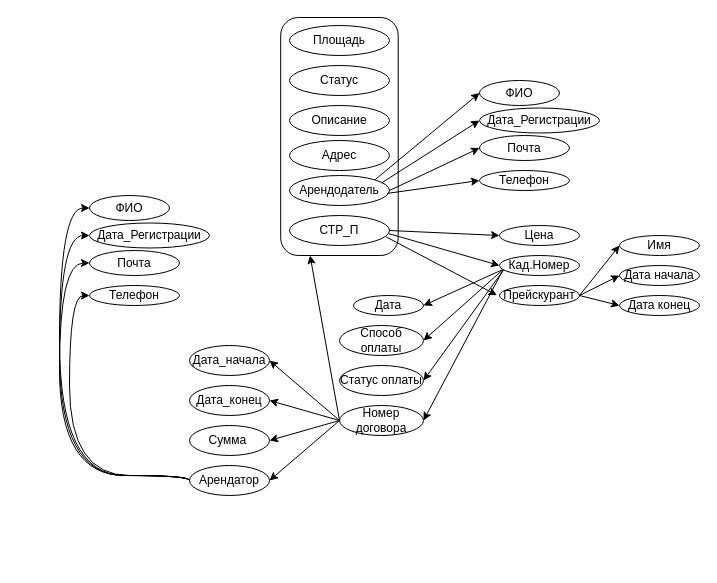
This is БД/Диаграмма без названия.drawio from Pocobeer/Course-3, a draw.io file, before an edit. Source tidied: cells renumbered, new cells numbered last; positions are measured from the earlier drawing's top-left corner, leaving out a move shared by most shapes. Both pictures are drawn from the tidied source at 100%, with x=0, y=0 at pixel (59, 17).
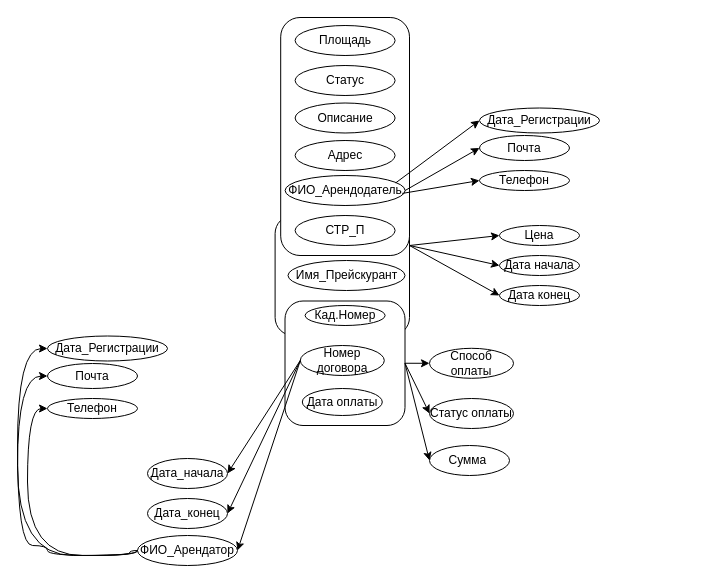
After the change.

Unchanged cells that the change refers to:
```xml
<mxCell id="17" value="Цена" style="ellipse;whiteSpace=wrap;html=1;" parent="1" vertex="1">
  <mxGeometry x="440" y="208" width="80" height="20" as="geometry" />
</mxCell>
```

Change to the diagram source:
```diff
@@
+    <mxCell id="54" style="rounded=1;whiteSpace=wrap;html=1;" parent="1" vertex="1">
+      <mxGeometry x="215.6" y="198" width="134.4" height="120" as="geometry" />
+    </mxCell>
+    <mxCell id="55" style="rounded=1;whiteSpace=wrap;html=1;" parent="1" vertex="1">
+      <mxGeometry x="225.5" y="283.5" width="120" height="124.5" as="geometry" />
+    </mxCell>
     <mxCell id="2" style="rounded=1;whiteSpace=wrap;html=1;" parent="1" vertex="1">
-      <mxGeometry x="221.2" width="117.5" height="238" as="geometry" />
+      <mxGeometry x="221.2" width="128.8" height="238" as="geometry" />
     </mxCell>
     <mxCell id="3" value="Площадь" style="ellipse;whiteSpace=wrap;html=1;" parent="1" vertex="1">
-      <mxGeometry x="230" y="8" width="100" height="30" as="geometry" />
+      <mxGeometry x="235.6" y="8" width="100" height="30" as="geometry" />
     </mxCell>
     <mxCell id="4" value="Статус" style="ellipse;whiteSpace=wrap;html=1;" parent="1" vertex="1">
-      <mxGeometry x="230" y="48" width="100" height="30" as="geometry" />
+      <mxGeometry x="235.6" y="48" width="100" height="30" as="geometry" />
     </mxCell>
     <mxCell id="5" value="Описание" style="ellipse;whiteSpace=wrap;html=1;" parent="1" vertex="1">
-      <mxGeometry x="230" y="88" width="100" height="30" as="geometry" />
+      <mxGeometry x="235.6" y="85.5" width="100" height="30" as="geometry" />
     </mxCell>
     <mxCell id="6" value="Адрес" style="ellipse;whiteSpace=wrap;html=1;" parent="1" vertex="1">
-      <mxGeometry x="230" y="123" width="100" height="30" as="geometry" />
+      <mxGeometry x="235.6" y="123" width="100" height="30" as="geometry" />
     </mxCell>
-    <mxCell id="7" value="Арендодатель" style="ellipse;whiteSpace=wrap;html=1;" parent="1" vertex="1">
-      <mxGeometry x="230" y="158" width="100" height="30" as="geometry" />
+    <mxCell id="7" value="ФИО_Арендодатель" style="ellipse;whiteSpace=wrap;html=1;" parent="1" vertex="1">
+      <mxGeometry x="225.6" y="158" width="120" height="30" as="geometry" />
     </mxCell>
     <mxCell id="8" value="СТР_П" style="ellipse;whiteSpace=wrap;html=1;" parent="1" vertex="1">
-      <mxGeometry x="230" y="198" width="100" height="30" as="geometry" />
+      <mxGeometry x="235.6" y="198" width="100" height="30" as="geometry" />
     </mxCell>
-    <mxCell id="9" value="ФИО" style="ellipse;whiteSpace=wrap;html=1;" parent="1" vertex="1">
-      <mxGeometry x="420" y="63" width="80" height="25" as="geometry" />
-    </mxCell>
@@
-    <mxCell id="13" style="endArrow=classic;html=1;rounded=0;entryX=0;entryY=0.5;entryDx=0;entryDy=0;exitX=1;exitY=0;exitDx=0;exitDy=0;" parent="1" edge="1" source="7" target="9">
-      <mxGeometry relative="1" as="geometry" />
-    </mxCell>
@@
     <mxCell id="18" value="Кад.Номер" style="ellipse;whiteSpace=wrap;html=1;" parent="1" vertex="1">
-      <mxGeometry x="440" y="238" width="80" height="20" as="geometry" />
+      <mxGeometry x="245.6" y="288" width="80" height="20" as="geometry" />
     </mxCell>
-    <mxCell id="19" value="Прейскурант" style="ellipse;whiteSpace=wrap;html=1;" parent="1" vertex="1">
-      <mxGeometry x="440" y="268" width="80" height="20" as="geometry" />
+    <mxCell id="19" value="Имя_Прейскурант" style="ellipse;whiteSpace=wrap;html=1;" parent="1" vertex="1">
+      <mxGeometry x="228.5" y="243" width="117" height="30" as="geometry" />
     </mxCell>
-    <mxCell id="20" style="endArrow=classic;html=1;rounded=0;entryX=0;entryY=0.5;entryDx=0;entryDy=0;exitX=1;exitY=0.5;exitDx=0;exitDy=0;" parent="1" edge="1" source="8" target="17">
+    <mxCell id="20" style="endArrow=classic;html=1;rounded=0;entryX=0;entryY=0.5;entryDx=0;entryDy=0;exitX=1;exitY=0.25;exitDx=0;exitDy=0;" parent="1" edge="1" source="54" target="17">
       <mxGeometry relative="1" as="geometry" />
     </mxCell>
-    <mxCell id="21" style="endArrow=classic;html=1;rounded=0;entryX=0;entryY=0.5;entryDx=0;entryDy=0;exitX=0.996;exitY=0.608;exitDx=0;exitDy=0;exitPerimeter=0;" parent="1" edge="1" source="8" target="18">
-      <mxGeometry relative="1" as="geometry" />
-    </mxCell>
-    <mxCell id="22" style="endArrow=classic;html=1;rounded=0;entryX=-0.032;entryY=0.484;entryDx=0;entryDy=0;entryPerimeter=0;exitX=0.967;exitY=0.715;exitDx=0;exitDy=0;exitPerimeter=0;" parent="1" edge="1" source="8" target="19">
-      <mxGeometry relative="1" as="geometry" />
-    </mxCell>
-    <mxCell id="23" value="Имя" style="ellipse;whiteSpace=wrap;html=1;" parent="1" vertex="1">
-      <mxGeometry x="560" y="218" width="80" height="20" as="geometry" />
-    </mxCell>
     <mxCell id="24" value="Дата начала" style="ellipse;whiteSpace=wrap;html=1;" parent="1" vertex="1">
-      <mxGeometry x="560" y="248" width="80" height="20" as="geometry" />
+      <mxGeometry x="440" y="238" width="80" height="20" as="geometry" />
     </mxCell>
     <mxCell id="25" value="Дата конец" style="ellipse;whiteSpace=wrap;html=1;" parent="1" vertex="1">
-      <mxGeometry x="560" y="278" width="80" height="20" as="geometry" />
+      <mxGeometry x="440" y="268" width="80" height="20" as="geometry" />
     </mxCell>
-    <mxCell id="26" style="endArrow=classic;html=1;rounded=0;entryX=0;entryY=0.5;entryDx=0;entryDy=0;exitX=1;exitY=0.5;exitDx=0;exitDy=0;" parent="1" edge="1" source="19" target="23">
-      <mxGeometry relative="1" as="geometry" />
-    </mxCell>
-    <mxCell id="27" style="endArrow=classic;html=1;rounded=0;entryX=0;entryY=0.5;entryDx=0;entryDy=0;" parent="1" edge="1" target="24">
-      <mxGeometry relative="1" as="geometry">
-        <mxPoint x="520" y="278" as="sourcePoint" />
-      </mxGeometry>
+    <mxCell id="27" style="endArrow=classic;html=1;rounded=0;entryX=0;entryY=0.5;entryDx=0;entryDy=0;exitX=1;exitY=0.25;exitDx=0;exitDy=0;" parent="1" edge="1" source="54" target="24">
+      <mxGeometry relative="1" as="geometry" />
     </mxCell>
-    <mxCell id="28" style="endArrow=classic;html=1;rounded=0;entryX=0;entryY=0.5;entryDx=0;entryDy=0;exitX=1;exitY=0.5;exitDx=0;exitDy=0;" parent="1" edge="1" source="19" target="25">
+    <mxCell id="28" style="endArrow=classic;html=1;rounded=0;entryX=0;entryY=0.5;entryDx=0;entryDy=0;exitX=1;exitY=0.25;exitDx=0;exitDy=0;" parent="1" edge="1" source="54" target="25">
       <mxGeometry relative="1" as="geometry" />
     </mxCell>
-    <mxCell id="29" value="Дата" style="ellipse;whiteSpace=wrap;html=1;" parent="1" vertex="1">
-      <mxGeometry x="294" y="278" width="70" height="20" as="geometry" />
+    <mxCell id="29" value="Дата оплаты" style="ellipse;whiteSpace=wrap;html=1;" parent="1" vertex="1">
+      <mxGeometry x="242.8" y="371" width="80" height="27" as="geometry" />
     </mxCell>
     <mxCell id="30" value="Способ оплаты" style="ellipse;whiteSpace=wrap;html=1;" parent="1" vertex="1">
-      <mxGeometry x="280" y="308" width="84" height="30" as="geometry" />
+      <mxGeometry x="370" y="330.8" width="84" height="30" as="geometry" />
     </mxCell>
     <mxCell id="31" value="Статус оплаты" style="ellipse;whiteSpace=wrap;html=1;" parent="1" vertex="1">
-      <mxGeometry x="280" y="348" width="84" height="30" as="geometry" />
+      <mxGeometry x="370" y="381" width="84" height="30" as="geometry" />
     </mxCell>
     <mxCell id="32" value="Номер договора" style="ellipse;whiteSpace=wrap;html=1;" parent="1" vertex="1">
-      <mxGeometry x="280" y="388" width="84" height="30" as="geometry" />
+      <mxGeometry x="240.8" y="328" width="84" height="30" as="geometry" />
     </mxCell>
-    <mxCell id="33" style="endArrow=classic;html=1;rounded=0;entryX=1;entryY=0.5;entryDx=0;entryDy=0;exitX=0.04;exitY=0.704;exitDx=0;exitDy=0;exitPerimeter=0;" parent="1" edge="1" source="18" target="29">
-      <mxGeometry relative="1" as="geometry" />
-    </mxCell>
-    <mxCell id="34" style="endArrow=classic;html=1;rounded=0;entryX=1;entryY=0.5;entryDx=0;entryDy=0;exitX=0.04;exitY=0.72;exitDx=0;exitDy=0;exitPerimeter=0;" parent="1" edge="1" source="18" target="30">
-      <mxGeometry relative="1" as="geometry" />
-    </mxCell>
-    <mxCell id="35" style="endArrow=classic;html=1;rounded=0;entryX=1;entryY=0.5;entryDx=0;entryDy=0;exitX=0.052;exitY=0.72;exitDx=0;exitDy=0;exitPerimeter=0;" parent="1" edge="1" source="18" target="31">
-      <mxGeometry relative="1" as="geometry" />
-    </mxCell>
-    <mxCell id="36" style="endArrow=classic;html=1;rounded=0;entryX=1;entryY=0.5;entryDx=0;entryDy=0;exitX=0.04;exitY=0.752;exitDx=0;exitDy=0;exitPerimeter=0;" parent="1" edge="1" source="18" target="32">
-      <mxGeometry relative="1" as="geometry" />
-    </mxCell>
     <mxCell id="37" value="Дата_начала" style="ellipse;whiteSpace=wrap;html=1;" parent="1" vertex="1">
-      <mxGeometry x="130" y="328" width="80" height="30" as="geometry" />
+      <mxGeometry x="88" y="441" width="80" height="30" as="geometry" />
     </mxCell>
     <mxCell id="38" value="Дата_конец" style="ellipse;whiteSpace=wrap;html=1;" parent="1" vertex="1">
-      <mxGeometry x="130" y="368" width="80" height="30" as="geometry" />
+      <mxGeometry x="88" y="481" width="80" height="30" as="geometry" />
     </mxCell>
     <mxCell id="39" value="Сумма&amp;nbsp;" style="ellipse;whiteSpace=wrap;html=1;" parent="1" vertex="1">
-      <mxGeometry x="130" y="408" width="80" height="30" as="geometry" />
+      <mxGeometry x="370" y="428" width="80" height="30" as="geometry" />
     </mxCell>
-    <mxCell id="40" value="Арендатор" style="ellipse;whiteSpace=wrap;html=1;" parent="1" vertex="1">
-      <mxGeometry x="130" y="448" width="80" height="30" as="geometry" />
+    <mxCell id="40" value="ФИО_Арендатор" style="ellipse;whiteSpace=wrap;html=1;" parent="1" vertex="1">
+      <mxGeometry x="78" y="518" width="100" height="30" as="geometry" />
     </mxCell>
@@
-    <mxCell id="43" style="endArrow=classic;html=1;rounded=0;entryX=1;entryY=0.5;entryDx=0;entryDy=0;exitX=0;exitY=0.5;exitDx=0;exitDy=0;" parent="1" edge="1" source="32" target="39">
-      <mxGeometry relative="1" as="geometry" />
-    </mxCell>
@@
-    <mxCell id="45" value="ФИО" style="ellipse;whiteSpace=wrap;html=1;" parent="1" vertex="1">
-      <mxGeometry x="30" y="178" width="80" height="25" as="geometry" />
-    </mxCell>
     <mxCell id="46" value="Дата_Регистрации" style="ellipse;whiteSpace=wrap;html=1;" parent="1" vertex="1">
-      <mxGeometry x="30" y="205.5" width="120" height="25" as="geometry" />
+      <mxGeometry x="-12" y="318.5" width="120" height="25" as="geometry" />
     </mxCell>
     <mxCell id="47" value="Почта" style="ellipse;whiteSpace=wrap;html=1;" parent="1" vertex="1">
-      <mxGeometry x="30" y="233" width="90" height="25" as="geometry" />
+      <mxGeometry x="-12" y="346" width="90" height="25" as="geometry" />
     </mxCell>
     <mxCell id="48" value="Телефон" style="ellipse;whiteSpace=wrap;html=1;" parent="1" vertex="1">
-      <mxGeometry x="30" y="268" width="90" height="20" as="geometry" />
+      <mxGeometry x="-12" y="381" width="90" height="20" as="geometry" />
     </mxCell>
-    <mxCell id="49" style="endArrow=classic;html=1;rounded=0;entryX=0.25;entryY=1;entryDx=0;entryDy=0;exitX=0;exitY=0.5;exitDx=0;exitDy=0;" parent="1" edge="1" source="32" target="2">
-      <mxGeometry relative="1" as="geometry" />
-    </mxCell>
     <mxCell id="50" style="endArrow=classic;html=1;rounded=0;entryX=0;entryY=0.5;entryDx=0;entryDy=0;exitX=0;exitY=0.5;exitDx=0;exitDy=0;edgeStyle=orthogonalEdgeStyle;curved=1;" parent="1" edge="1" source="40" target="48">
       <mxGeometry relative="1" as="geometry">
         <Array as="points">
-          <mxPoint x="130" y="458" />
-          <mxPoint x="10" y="458" />
-          <mxPoint x="10" y="278" />
+          <mxPoint x="78" y="538" />
+          <mxPoint x="-32" y="538" />
+          <mxPoint x="-32" y="391" />
         </Array>
       </mxGeometry>
     </mxCell>
     <mxCell id="51" style="endArrow=classic;html=1;rounded=0;entryX=0;entryY=0.5;entryDx=0;entryDy=0;exitX=0;exitY=0.5;exitDx=0;exitDy=0;edgeStyle=orthogonalEdgeStyle;curved=1;" parent="1" edge="1" source="40" target="47">
       <mxGeometry relative="1" as="geometry">
         <Array as="points">
-          <mxPoint x="130" y="458" />
-          <mxPoint y="458" />
-          <mxPoint y="246" />
+          <mxPoint x="70" y="533" />
+          <mxPoint x="70" y="538" />
+          <mxPoint x="-42" y="538" />
+          <mxPoint x="-42" y="359" />
         </Array>
       </mxGeometry>
     </mxCell>
     <mxCell id="52" style="endArrow=classic;html=1;rounded=0;entryX=0;entryY=0.5;entryDx=0;entryDy=0;exitX=0;exitY=0.5;exitDx=0;exitDy=0;edgeStyle=orthogonalEdgeStyle;curved=1;" parent="1" edge="1" source="40" target="46">
       <mxGeometry relative="1" as="geometry">
         <Array as="points">
-          <mxPoint x="130" y="458" />
-          <mxPoint y="458" />
-          <mxPoint y="218" />
+          <mxPoint x="78" y="538" />
+          <mxPoint x="-12" y="538" />
+          <mxPoint x="-12" y="528" />
+          <mxPoint x="-42" y="528" />
+          <mxPoint x="-42" y="331" />
         </Array>
       </mxGeometry>
     </mxCell>
-    <mxCell id="53" style="endArrow=classic;html=1;rounded=0;entryX=0;entryY=0.5;entryDx=0;entryDy=0;exitX=0;exitY=0.5;exitDx=0;exitDy=0;edgeStyle=orthogonalEdgeStyle;curved=1;" parent="1" edge="1" source="40" target="45">
-      <mxGeometry relative="1" as="geometry">
-        <Array as="points">
-          <mxPoint x="130" y="458" />
-          <mxPoint y="458" />
-          <mxPoint y="191" />
-        </Array>
-      </mxGeometry>
-    </mxCell>
+    <mxCell id="56" style="endArrow=classic;html=1;rounded=0;entryX=0;entryY=0.5;entryDx=0;entryDy=0;exitX=1;exitY=0.5;exitDx=0;exitDy=0;" parent="1" edge="1" source="55" target="30">
+      <mxGeometry relative="1" as="geometry" />
+    </mxCell>
+    <mxCell id="57" style="endArrow=classic;html=1;rounded=0;entryX=0;entryY=0.5;entryDx=0;entryDy=0;exitX=1;exitY=0.5;exitDx=0;exitDy=0;" parent="1" edge="1" source="55" target="31">
+      <mxGeometry relative="1" as="geometry" />
+    </mxCell>
+    <mxCell id="58" style="endArrow=classic;html=1;rounded=0;entryX=0;entryY=0.5;entryDx=0;entryDy=0;exitX=1;exitY=0.5;exitDx=0;exitDy=0;" parent="1" edge="1" source="55" target="39">
+      <mxGeometry relative="1" as="geometry" />
+    </mxCell>
```
